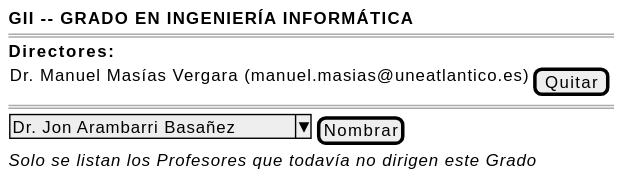
Above: images/RUP/01-requisitos/03-detalle-casos-uso/definirDirectorPrograma/wireframe-desdePrograma.svg in mmasias/pyCeldaPublico (PlantUML), before the change. Its diagram source:
```plantuml
@startsalt definirDirectorGrado-wireframe-desdeGrado
{
    <b>GII -- GRADO EN INGENIERÍA INFORMÁTICA</b>
    ====
    <b>Directores:</b>
    {
        Dr. Manuel Masías Vergara (manuel.masias@uneatlantico.es) | [Quitar]
    }
    ====
    {
        ^Dr. Jon Arambarri Basañez^ | [Nombrar]
    }
    <i>Solo se listan los Profesores que todavía no dirigen este Grado</i>
}
@endsalt
```
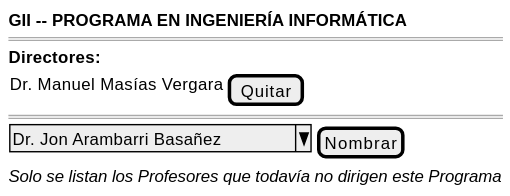
Later version of the same file.

The edit, as a diff of the source:
```diff
@@ -1,15 +1,15 @@
-@startsalt definirDirectorGrado-wireframe-desdeGrado
+@startsalt definirDirectorPrograma-wireframe-desdePrograma
 {
-    <b>GII -- GRADO EN INGENIERÍA INFORMÁTICA</b>
+    <b>GII -- PROGRAMA EN INGENIERÍA INFORMÁTICA</b>
     ====
     <b>Directores:</b>
     {
-        Dr. Manuel Masías Vergara (manuel.masias@uneatlantico.es) | [Quitar]
+        Dr. Manuel Masías Vergara | [Quitar]
     }
     ====
     {
         ^Dr. Jon Arambarri Basañez^ | [Nombrar]
     }
-    <i>Solo se listan los Profesores que todavía no dirigen este Grado</i>
+    <i>Solo se listan los Profesores que todavía no dirigen este Programa</i>
 }
 @endsalt
```
